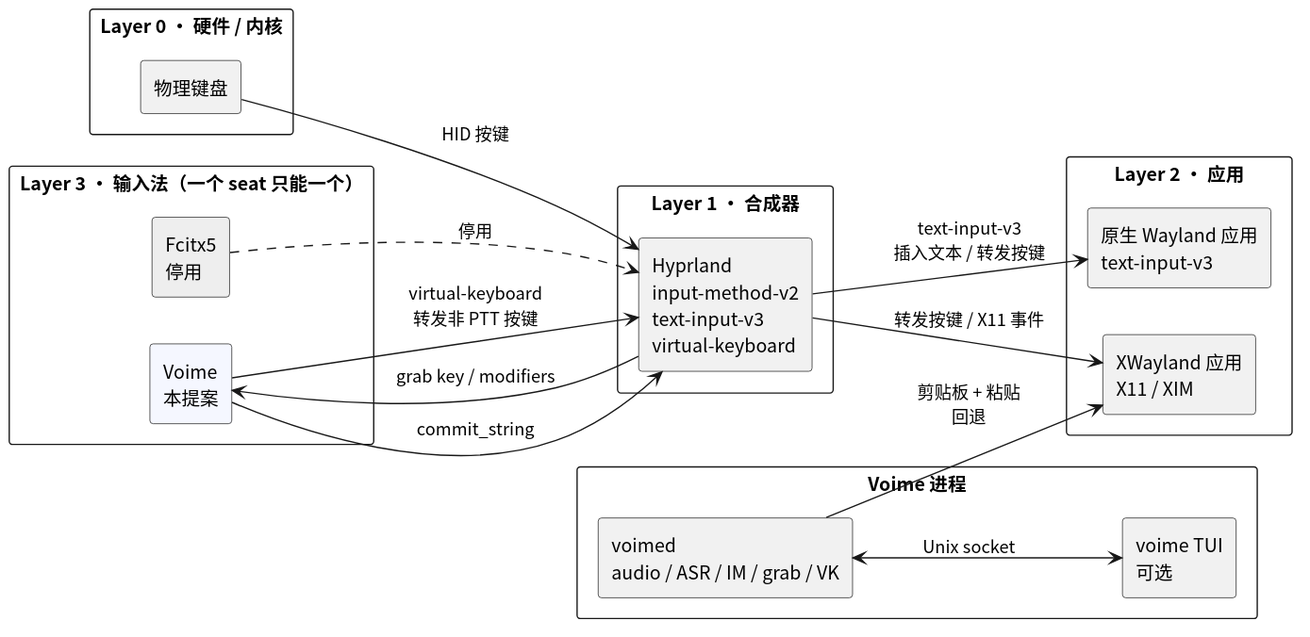
This is diagram/proposal-layers.svg from 54m43lJ/voime, a PlantUML export, as it was before one commit.
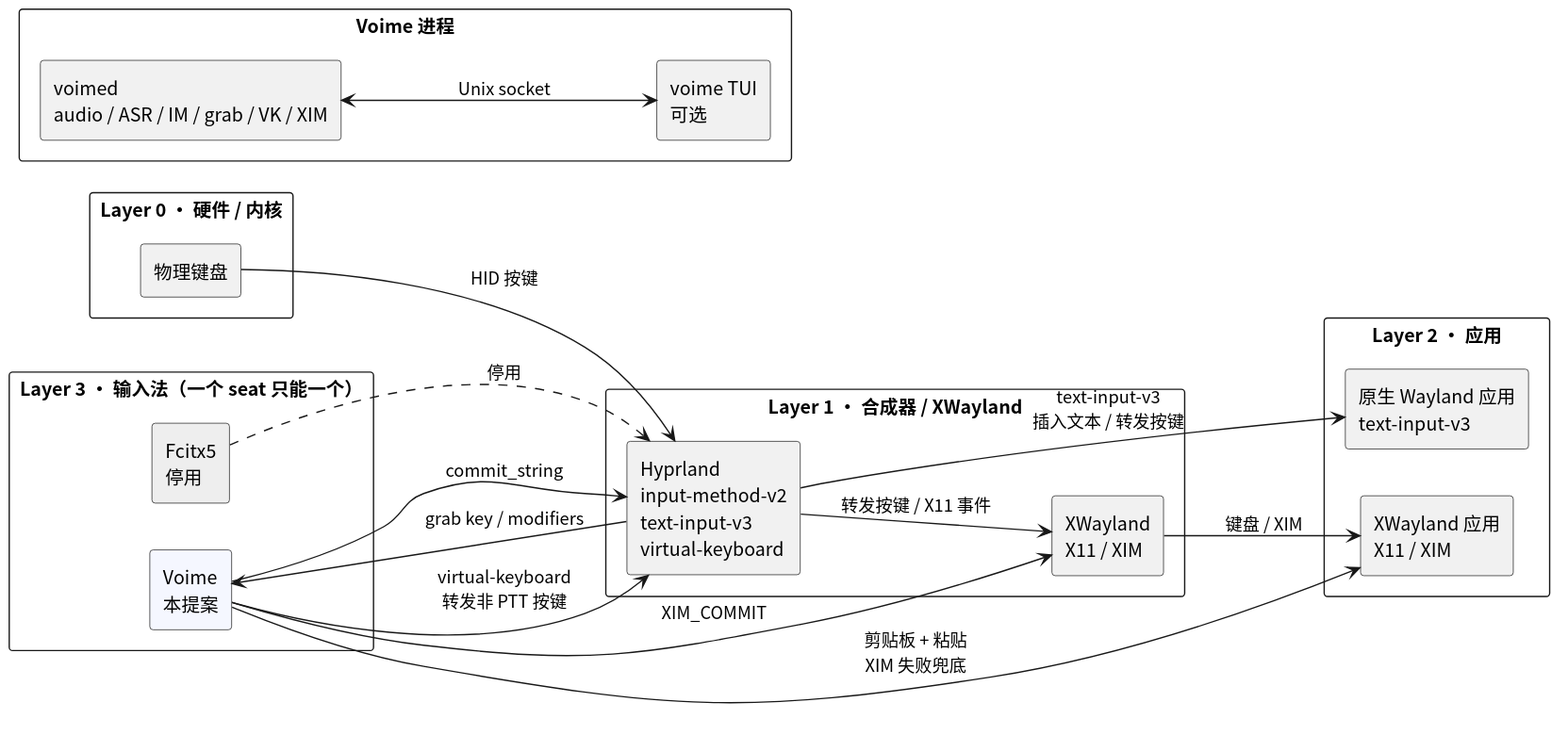
The same file after the commit.

What changed in the source:
```diff
@@ -8,8 +8,9 @@
   component "物理键盘" as Keyboard
 }
 
-rectangle "Layer 1 · 合成器" {
+rectangle "Layer 1 · 合成器 / XWayland" {
   component "Hyprland\ninput-method-v2\ntext-input-v3\nvirtual-keyboard" as Hyprland
+  component "XWayland\nX11 / XIM" as Xwayland
 }
 
 rectangle "Layer 2 · 应用" {
@@ -23,7 +24,7 @@
 }
 
 rectangle "Voime 进程" {
-  component "voimed\naudio / ASR / IM / grab / VK" as Daemon
+  component "voimed\naudio / ASR / IM / grab / VK / XIM" as Daemon
   component "voime TUI\n可选" as Tui
 }
 
@@ -32,8 +33,10 @@
 Voime --> Hyprland : virtual-keyboard\n转发非 PTT 按键
 Voime --> Hyprland : commit_string
 Hyprland --> WaylandApp : text-input-v3\n插入文本 / 转发按键
-Hyprland --> XApp : 转发按键 / X11 事件
-Daemon --> XApp : 剪贴板 + 粘贴\n回退
+Hyprland --> Xwayland : 转发按键 / X11 事件
+Xwayland --> XApp : 键盘 / XIM
+Voime --> Xwayland : XIM_COMMIT
+Voime --> XApp : 剪贴板 + 粘贴\nXIM 失败兜底
 Daemon <--> Tui : Unix socket
 Fcitx ..> Hyprland : 停用
 @enduml
```
